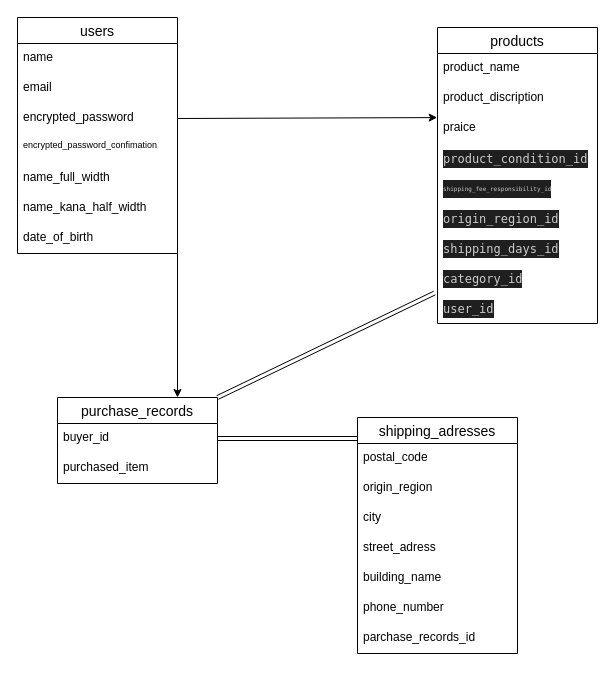
Above: test.dio in tysoccerow2316-svg/furima-47559 (draw.io), before the change. Source tidied: cells renumbered, new cells numbered last; positions are measured from the earlier drawing's top-left corner, leaving out a move shared by most shapes. Both pictures are drawn from the tidied source at 100%, with x=0, y=0 at pixel (17, 17).
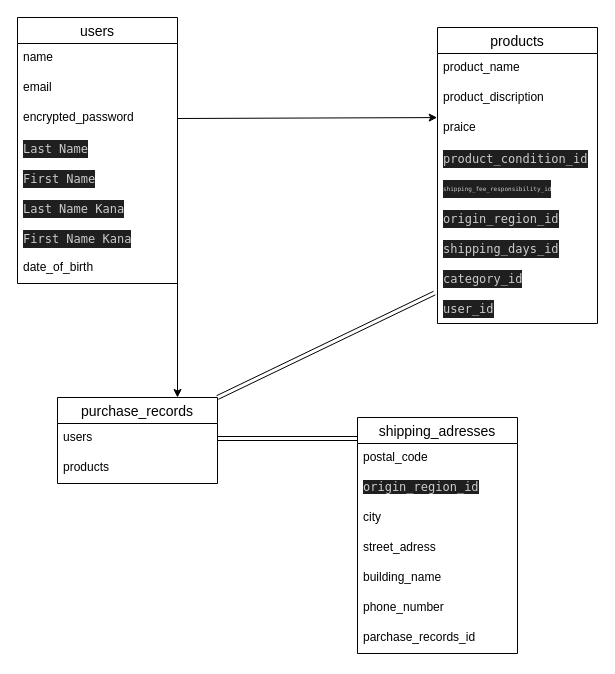
After the change.

The change refers to these unchanged cells:
```xml
<mxCell id="21" value="purchase_records" style="swimlane;fontStyle=0;horizontal=1;startSize=26;align=center;fontSize=14;" parent="1" vertex="1">
  <mxGeometry x="40" y="380" width="160" height="86" as="geometry" />
</mxCell>
<mxCell id="26" value="shipping_adresses" style="swimlane;fontStyle=0;horizontal=1;startSize=26;align=center;fontSize=14;" parent="1" vertex="1">
  <mxGeometry x="340" y="400" width="160" height="236" as="geometry" />
</mxCell>
```

The edit, as a diff of the source:
```diff
@@
     <mxCell id="2" value="users" style="swimlane;fontStyle=0;horizontal=1;startSize=26;align=center;fontSize=14;" parent="1" vertex="1">
-      <mxGeometry width="160" height="236" as="geometry" />
+      <mxGeometry width="160" height="266" as="geometry" />
     </mxCell>
@@
-    <mxCell id="6" value="&lt;span style=&quot;color: rgb(0, 0, 0);&quot;&gt;encrypted_password_confimation&lt;/span&gt;" style="text;strokeColor=none;fillColor=none;spacingLeft=4;spacingRight=4;overflow=hidden;fontSize=9;whiteSpace=wrap;html=1;" parent="2" vertex="1">
-      <mxGeometry y="116" width="160" height="30" as="geometry" />
-    </mxCell>
-    <mxCell id="7" value="name_full_width" style="text;strokeColor=none;fillColor=none;spacingLeft=4;spacingRight=4;overflow=hidden;fontSize=12;whiteSpace=wrap;html=1;" parent="2" vertex="1">
-      <mxGeometry y="146" width="160" height="30" as="geometry" />
+    <mxCell id="7" value="&lt;div style=&quot;color: rgb(204, 204, 204); background-color: rgb(31, 31, 31); font-family: Menlo, Monaco, &amp;quot;Courier New&amp;quot;, monospace; line-height: 18px; white-space: pre;&quot;&gt;&lt;span style=&quot;color: #cccccc;&quot;&gt;Last Name&lt;/span&gt;&lt;/div&gt;" style="text;strokeColor=none;fillColor=none;spacingLeft=4;spacingRight=4;overflow=hidden;fontSize=12;whiteSpace=wrap;html=1;" parent="2" vertex="1">
+      <mxGeometry y="116" width="160" height="30" as="geometry" />
     </mxCell>
-    <mxCell id="8" value="name_kana_half_width" style="text;strokeColor=none;fillColor=none;spacingLeft=4;spacingRight=4;overflow=hidden;fontSize=12;whiteSpace=wrap;html=1;" parent="2" vertex="1">
-      <mxGeometry y="176" width="160" height="30" as="geometry" />
+    <mxCell id="8" value="&lt;div style=&quot;color: rgb(204, 204, 204); background-color: rgb(31, 31, 31); font-family: Menlo, Monaco, &amp;quot;Courier New&amp;quot;, monospace; line-height: 18px; white-space: pre;&quot;&gt;&lt;span style=&quot;color: #cccccc;&quot;&gt;First Name&lt;/span&gt;&lt;/div&gt;" style="text;strokeColor=none;fillColor=none;spacingLeft=4;spacingRight=4;overflow=hidden;fontSize=12;whiteSpace=wrap;html=1;" parent="2" vertex="1">
+      <mxGeometry y="146" width="160" height="30" as="geometry" />
     </mxCell>
+    <mxCell id="35" value="&lt;div style=&quot;color: rgb(204, 204, 204); background-color: rgb(31, 31, 31); font-family: Menlo, Monaco, &amp;quot;Courier New&amp;quot;, monospace; line-height: 18px; white-space: pre;&quot;&gt;&lt;span style=&quot;color: #cccccc;&quot;&gt;Last Name Kana&lt;/span&gt;&lt;/div&gt;" style="text;strokeColor=none;fillColor=none;spacingLeft=4;spacingRight=4;overflow=hidden;fontSize=12;whiteSpace=wrap;html=1;" parent="2" vertex="1">
+      <mxGeometry y="176" width="160" height="30" as="geometry" />
+    </mxCell>
+    <mxCell id="36" value="&lt;div style=&quot;color: rgb(204, 204, 204); background-color: rgb(31, 31, 31); font-family: Menlo, Monaco, &amp;quot;Courier New&amp;quot;, monospace; line-height: 18px; white-space: pre;&quot;&gt;&lt;span style=&quot;color: #cccccc;&quot;&gt;First Name Kana&lt;/span&gt;&lt;/div&gt;" style="text;strokeColor=none;fillColor=none;spacingLeft=4;spacingRight=4;overflow=hidden;fontSize=12;whiteSpace=wrap;html=1;" parent="2" vertex="1">
+      <mxGeometry y="206" width="160" height="30" as="geometry" />
+    </mxCell>
     <mxCell id="9" value="date_of_birth" style="text;strokeColor=none;fillColor=none;spacingLeft=4;spacingRight=4;overflow=hidden;points=[[0,0.5],[1,0.5]];portConstraint=eastwest;fontSize=12;whiteSpace=wrap;html=1;" parent="2" vertex="1">
-      <mxGeometry y="206" width="160" height="30" as="geometry" />
+      <mxGeometry y="236" width="160" height="30" as="geometry" />
     </mxCell>
@@
-    <mxCell id="22" value="buyer_id" style="text;strokeColor=none;fillColor=none;spacingLeft=4;spacingRight=4;overflow=hidden;points=[[0,0.5],[1,0.5]];portConstraint=eastwest;fontSize=12;whiteSpace=wrap;html=1;" parent="21" vertex="1">
+    <mxCell id="22" value="users" style="text;strokeColor=none;fillColor=none;spacingLeft=4;spacingRight=4;overflow=hidden;points=[[0,0.5],[1,0.5]];portConstraint=eastwest;fontSize=12;whiteSpace=wrap;html=1;" parent="21" vertex="1">
       <mxGeometry y="26" width="160" height="30" as="geometry" />
     </mxCell>
-    <mxCell id="23" value="purchased_item" style="text;strokeColor=none;fillColor=none;spacingLeft=4;spacingRight=4;overflow=hidden;fontSize=12;whiteSpace=wrap;html=1;" parent="21" vertex="1">
+    <mxCell id="23" value="products" style="text;strokeColor=none;fillColor=none;spacingLeft=4;spacingRight=4;overflow=hidden;fontSize=12;whiteSpace=wrap;html=1;" parent="21" vertex="1">
       <mxGeometry y="56" width="160" height="30" as="geometry" />
     </mxCell>
@@
-    <mxCell id="28" value="origin_region" style="text;strokeColor=none;fillColor=none;spacingLeft=4;spacingRight=4;overflow=hidden;fontSize=12;whiteSpace=wrap;html=1;" parent="26" vertex="1">
-      <mxGeometry y="56" width="160" height="30" as="geometry" />
-    </mxCell>
+    <mxCell id="37" value="&lt;span style=&quot;color: rgb(204, 204, 204); font-family: Menlo, Monaco, &amp;quot;Courier New&amp;quot;, monospace; white-space: pre; background-color: rgb(31, 31, 31);&quot;&gt;origin_region_id&lt;/span&gt;" style="text;strokeColor=none;fillColor=none;spacingLeft=4;spacingRight=4;overflow=hidden;fontSize=12;whiteSpace=wrap;html=1;" parent="26" vertex="1">
+      <mxGeometry y="56" width="160" height="30" as="geometry" />
+    </mxCell>
```
